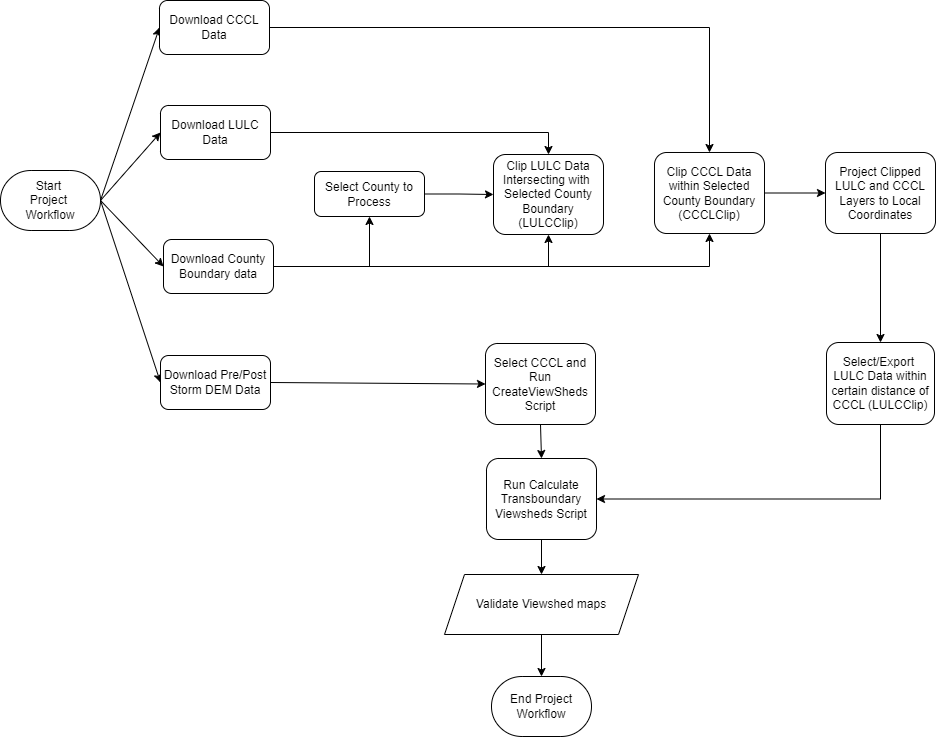
The draw.io diagram ProjectWorkflow.drawio.png in RAIN-LX/ViewshedCalculator, before a commit. Source tidied: cells renumbered, new cells last; positions are measured from the earlier drawing's top-left corner, leaving out a move shared by most shapes.
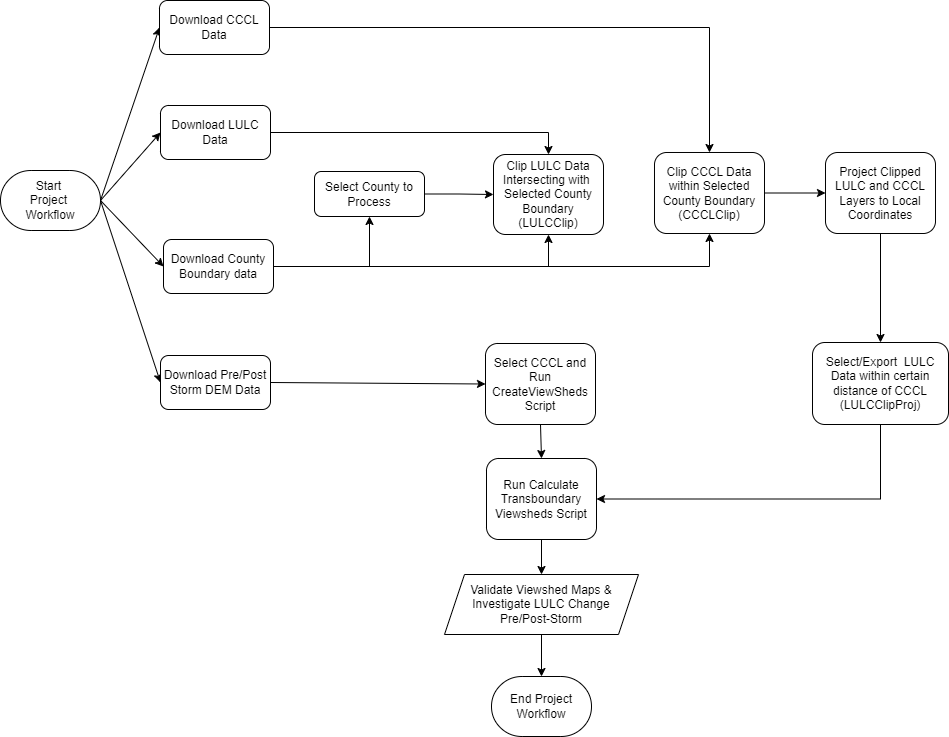
After the change.

What changed in the source:
```diff
@@ -53,8 +53,8 @@
     <mxCell id="18" style="edgeStyle=orthogonalEdgeStyle;rounded=0;jettySize=auto;html=1;exitX=0.5;exitY=1;exitDx=0;exitDy=0;entryX=1;entryY=0.5;entryDx=0;entryDy=0;" parent="1" edge="1" source="19" target="28">
       <mxGeometry relative="1" as="geometry" />
     </mxCell>
-    <mxCell id="19" value="&lt;div&gt;Select/Export&amp;nbsp; LULC Data within certain distance of CCCL (LULCClip)&lt;/div&gt;" style="rounded=1;whiteSpace=wrap;html=1;" parent="1" vertex="1">
-      <mxGeometry x="826" y="342" width="108" height="82" as="geometry" />
+    <mxCell id="19" value="&lt;div&gt;Select/Export&amp;nbsp; LULC Data within certain distance of CCCL (LULCClipProj)&lt;/div&gt;" style="rounded=1;whiteSpace=wrap;html=1;" parent="1" vertex="1">
+      <mxGeometry x="812" y="342" width="136" height="82" as="geometry" />
     </mxCell>
     <mxCell id="20" style="edgeStyle=orthogonalEdgeStyle;rounded=0;jettySize=auto;html=1;exitX=1;exitY=0.5;exitDx=0;exitDy=0;entryX=0;entryY=0.5;entryDx=0;entryDy=0;" parent="1" edge="1" source="21" target="32">
       <mxGeometry relative="1" as="geometry" />
@@ -74,7 +74,7 @@
     <mxCell id="25" value="&lt;div&gt;Select CCCL and Run CreateViewSheds Script&lt;/div&gt;" style="rounded=1;whiteSpace=wrap;html=1;" parent="1" vertex="1">
       <mxGeometry x="485" y="343" width="110" height="81" as="geometry" />
     </mxCell>
-    <mxCell id="26" value="Validate Viewshed maps" style="shape=parallelogram;perimeter=parallelogramPerimeter;whiteSpace=wrap;html=1;fixedSize=1;" parent="1" vertex="1">
+    <mxCell id="26" value="Validate Viewshed Maps &amp;amp;&lt;div&gt;Investigate LULC Change&lt;/div&gt;&lt;div&gt;Pre/Post-Storm&lt;/div&gt;" style="shape=parallelogram;perimeter=parallelogramPerimeter;whiteSpace=wrap;html=1;fixedSize=1;" parent="1" vertex="1">
       <mxGeometry x="444" y="574" width="194" height="60" as="geometry" />
     </mxCell>
     <mxCell id="27" style="edgeStyle=none;rounded=0;jettySize=auto;html=1;exitX=0.5;exitY=1;exitDx=0;exitDy=0;entryX=0.5;entryY=0;entryDx=0;entryDy=0;" parent="1" edge="1" source="28" target="26">
```
